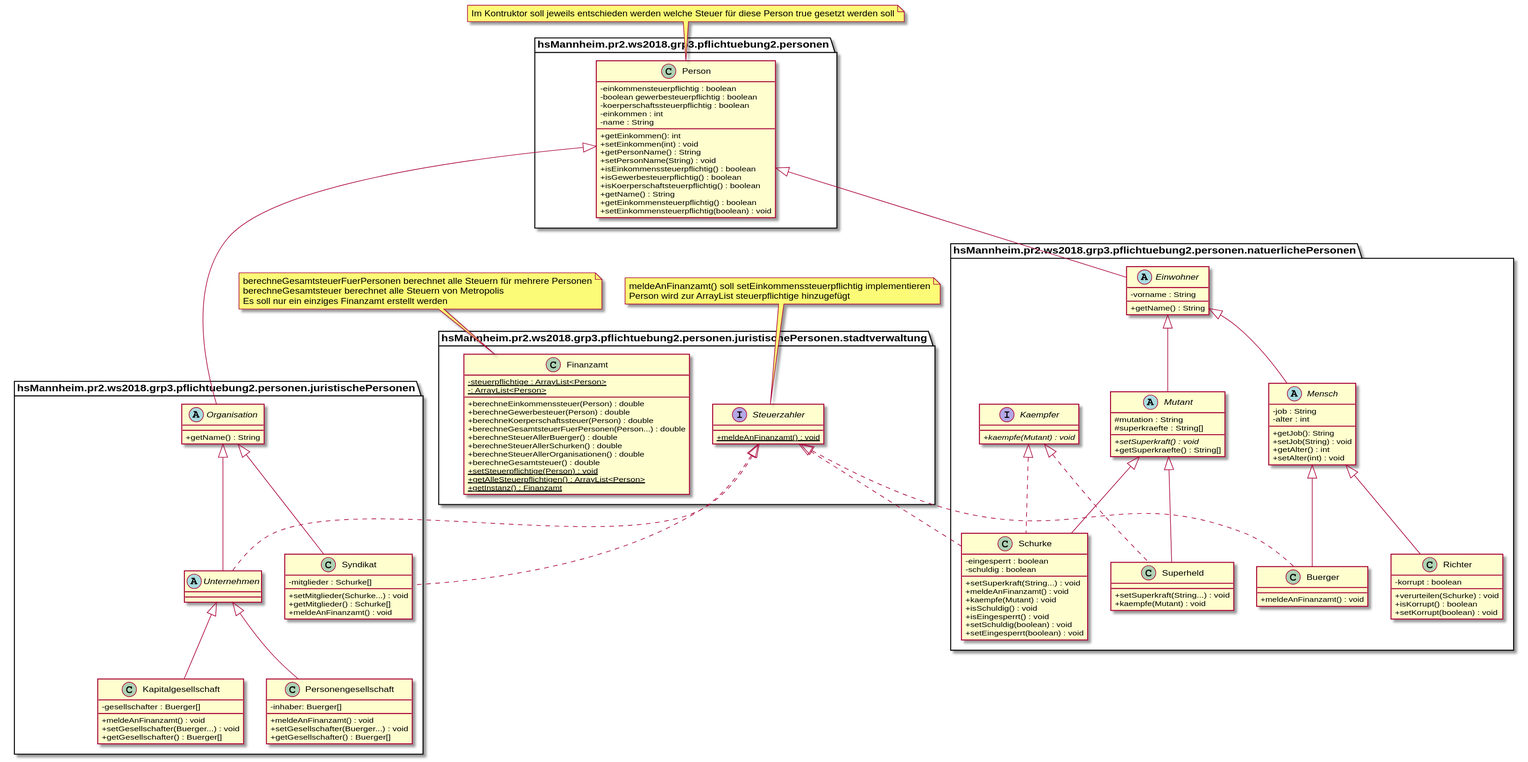
Before: UML/PR2PÜ2 UML.svg, a diagram exported from PlantUML (reiswizard/Metropolis).
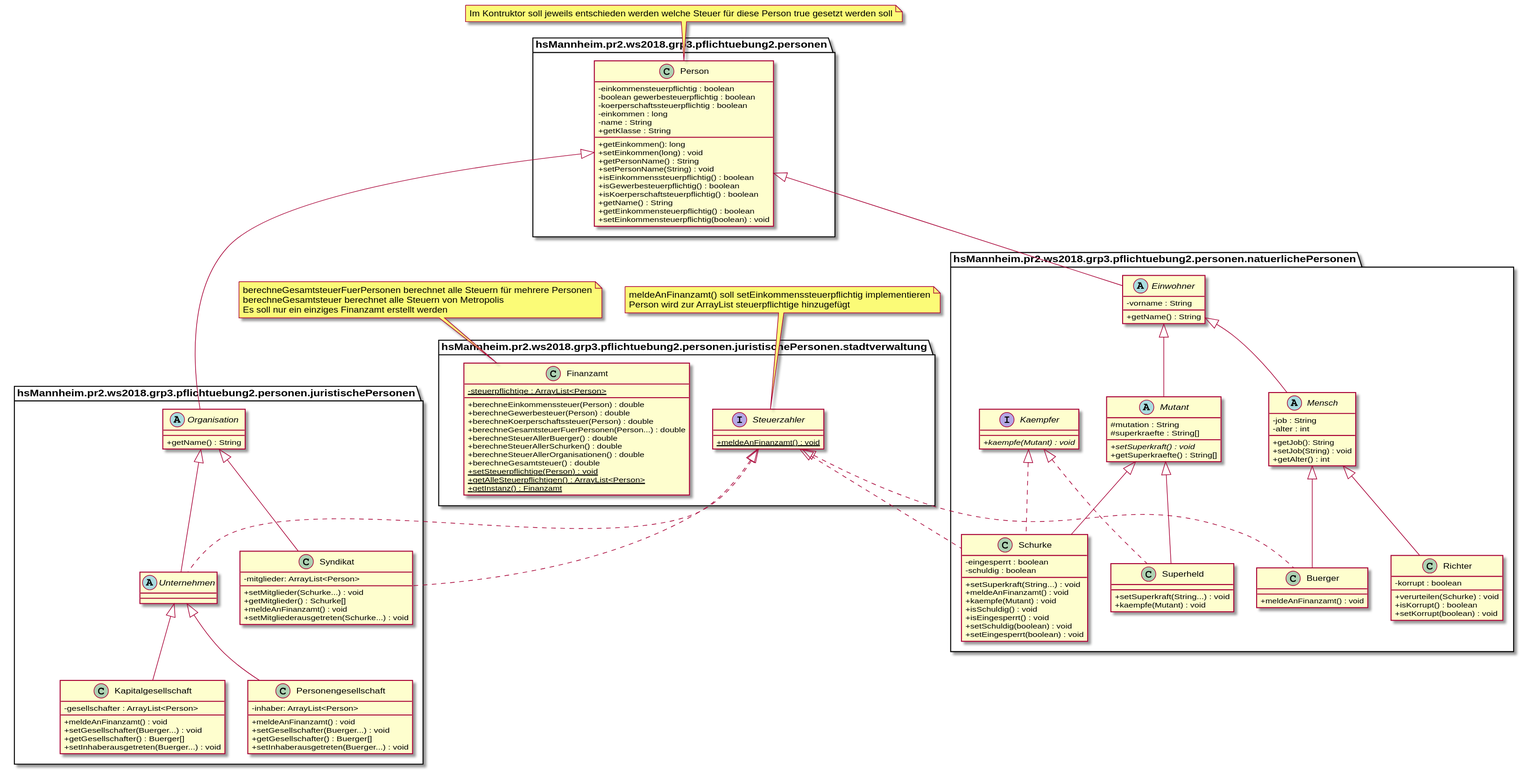
After the commit.

Change to the diagram source:
```diff
@@ -9,7 +9,6 @@
 
 	class Finanzamt {
    		- {static} steuerpflichtige : ArrayList<Person>
-   		- {static} : ArrayList<Person>
    		+ berechneEinkommenssteuer(Person) : double
    		+ berechneGewerbesteuer(Person) : double
    		+ berechneKoerperschaftssteuer(Person) : double
@@ -28,10 +27,11 @@
 
 package hsMannheim.pr2.ws2018.grp3.pflichtuebung2.personen.juristischePersonen{
 	class Kapitalgesellschaft{
-   		- gesellschafter : Buerger[]
+   		- gesellschafter : ArrayList<Person>
    		+ meldeAnFinanzamt() : void
    		+ setGesellschafter(Buerger...) : void
    		+ getGesellschafter() : Buerger[]
+                + setInhaberausgetreten(Buerger...) : void
 	}
 
 	abstract class Organisation{
@@ -39,10 +39,11 @@
 	}
 
 	class Personengesellschaft{
-   		- inhaber: Buerger[]
+   		- inhaber: ArrayList<Person>
    		+ meldeAnFinanzamt() : void
    		+ setGesellschafter(Buerger...) : void
    		+ getGesellschafter() : Buerger[]
+                + setInhaberausgetreten(Buerger...) : void
 	}
 
 
@@ -50,10 +51,11 @@
 	}
 
 	class Syndikat{
-   		- mitglieder : Schurke[]
+   		- mitglieder: ArrayList<Person>
    		+ setMitglieder(Schurke...) : void
    		+ getMitglieder() : Schurke[]
    		+ meldeAnFinanzamt() : void
+                + setMitgliederausgetreten(Schurke...) : void
 	}
 
 
@@ -66,12 +68,13 @@
    		- einkommensteuerpflichtig : boolean
    		- boolean gewerbesteuerpflichtig : boolean
    		- koerperschaftssteuerpflichtig : boolean
-   		- einkommen : int
+   		- einkommen : long
    		- name : String
-   		+ getEinkommen(): int
-   		+ setEinkommen(int) : void
+   		+ getEinkommen(): long
+   		+ setEinkommen(long) : void
    		+ getPersonName() : String
    		+ setPersonName(String) : void
+                + getKlasse : String
    		+ isEinkommenssteuerpflichtig() : boolean
    		+ isGewerbesteuerpflichtig() : boolean
    		+ isKoerperschaftsteuerpflichtig() : boolean
@@ -95,7 +98,6 @@
    		+ getJob(): String
    		+ setJob(String) : void
    		+ getAlter() : int
-   		+ setAlter(int) : void
 	}
 
 
```
